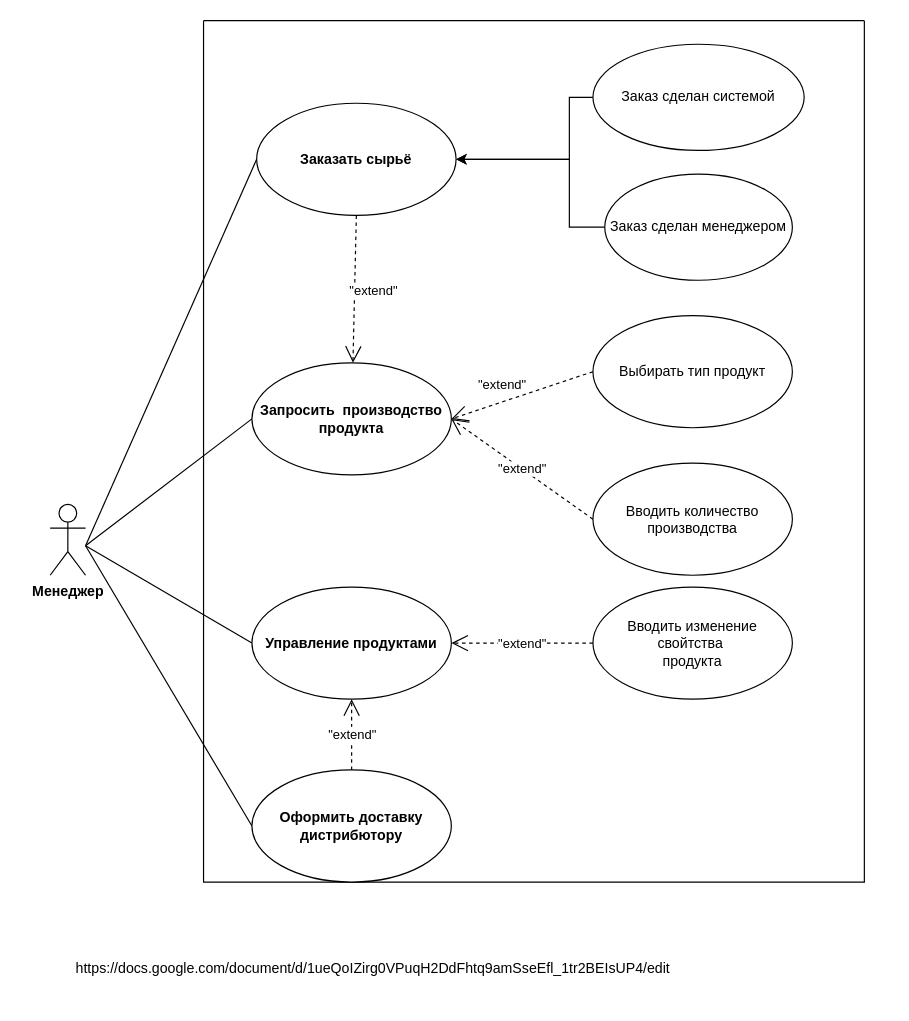
Earlier version of the draw.io diagram page "Page-1" (1 of 3) of UML/VariantUsage.drawio (zavaranak/932102.Dang). Source tidied: cells renumbered, new cells numbered last; positions are measured from the earlier drawing's top-left corner, leaving out a move shared by most shapes. Both pictures are drawn from the tidied source at 118%, with x=0, y=0 at pixel (50, 20).
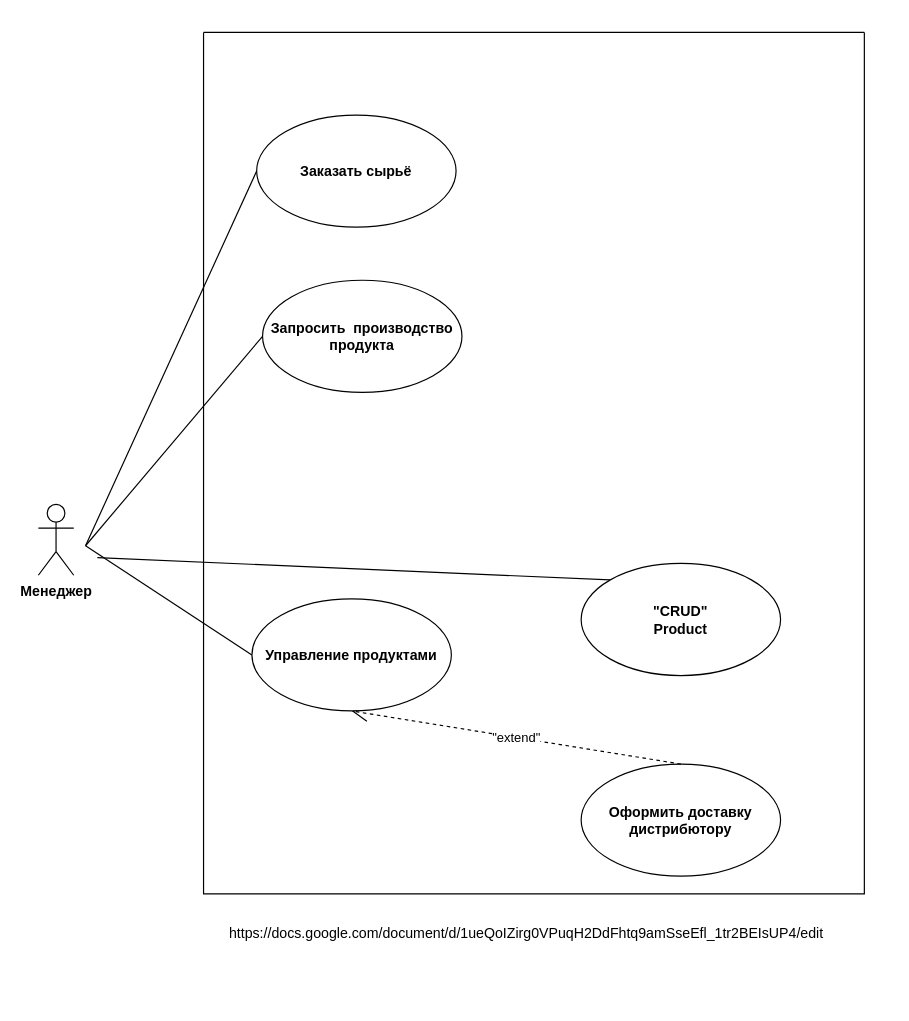
The same diagram, later.

Unchanged cells that the change refers to:
```xml
<mxCell id="12" value="&lt;b&gt;Заказать сырьё&lt;/b&gt;" style="ellipse;whiteSpace=wrap;html=1;" parent="6" vertex="1">
  <mxGeometry x="45" y="70" width="169" height="95" as="geometry" />
</mxCell>
```

Diff of the diagram source:
```diff
@@
+    <mxCell id="25" style="endArrow=none;html=1;rounded=0;exitX=0.5;exitY=0.5;exitDx=0;exitDy=0;exitPerimeter=0;entryX=0;entryY=0;entryDx=0;entryDy=0;" parent="1" edge="1" target="26">
+      <mxGeometry relative="1" as="geometry">
+        <mxPoint x="40" y="455" as="sourcePoint" />
+      </mxGeometry>
+    </mxCell>
     <mxCell id="2" value="Менеджер" style="shape=umlActor;verticalLabelPosition=bottom;verticalAlign=top;html=1;fontStyle=1;" parent="1" vertex="1">
-      <mxGeometry y="410" width="30" height="60" as="geometry" />
+      <mxGeometry x="-10" y="410" width="30" height="60" as="geometry" />
     </mxCell>
@@
-    <mxCell id="5" style="endArrow=none;html=1;rounded=0;exitX=0.5;exitY=0.5;exitDx=0;exitDy=0;exitPerimeter=0;entryX=0;entryY=0.5;entryDx=0;entryDy=0;" parent="1" edge="1" target="19">
-      <mxGeometry relative="1" as="geometry">
-        <mxPoint x="30" y="445" as="sourcePoint" />
-      </mxGeometry>
-    </mxCell>
     <mxCell id="6" style="swimlane;startSize=0;" parent="1" vertex="1">
-      <mxGeometry x="130" width="560" height="730" as="geometry" />
+      <mxGeometry x="130" y="10" width="560" height="730" as="geometry" />
     </mxCell>
-    <mxCell id="7" value="Выбирать тип продукт" style="ellipse;whiteSpace=wrap;html=1;" parent="6" vertex="1">
-      <mxGeometry x="330" y="250" width="169" height="95" as="geometry" />
-    </mxCell>
-    <mxCell id="8" value="Вводить количество&lt;br&gt;производства" style="ellipse;whiteSpace=wrap;html=1;" parent="6" vertex="1">
-      <mxGeometry x="330" y="375" width="169" height="95" as="geometry" />
-    </mxCell>
-    <mxCell id="9" value="Вводить изменение свойтства&amp;nbsp;&lt;br&gt;продукта" style="ellipse;whiteSpace=wrap;html=1;" parent="6" vertex="1">
-      <mxGeometry x="330" y="480" width="169" height="95" as="geometry" />
-    </mxCell>
-    <mxCell id="10" style="edgeStyle=orthogonalEdgeStyle;rounded=0;jettySize=auto;html=1;entryX=1;entryY=0.5;entryDx=0;entryDy=0;" parent="6" edge="1" source="11" target="12">
-      <mxGeometry relative="1" as="geometry">
-        <Array as="points">
-          <mxPoint x="310" y="65" />
-          <mxPoint x="310" y="117" />
-        </Array>
-      </mxGeometry>
-    </mxCell>
-    <mxCell id="11" value="Заказ сделан системой" style="ellipse;whiteSpace=wrap;html=1;" parent="6" vertex="1">
-      <mxGeometry x="330" y="20" width="179" height="90" as="geometry" />
-    </mxCell>
@@
     <mxCell id="13" value="&lt;b&gt;Запросить&amp;nbsp; производство продукта&lt;/b&gt;" style="ellipse;whiteSpace=wrap;html=1;" parent="6" vertex="1">
-      <mxGeometry x="41" y="290" width="169" height="95" as="geometry" />
+      <mxGeometry x="50" y="210" width="169" height="95" as="geometry" />
     </mxCell>
-    <mxCell id="14" value="&quot;extend&quot;" style="endArrow=open;endSize=12;dashed=1;html=1;rounded=0;entryX=1;entryY=0.5;entryDx=0;entryDy=0;exitX=0;exitY=0.5;exitDx=0;exitDy=0;" parent="6" edge="1" source="8" target="13">
-      <mxGeometry relative="1" as="geometry" />
-    </mxCell>
-    <mxCell id="15" value="&quot;extend&quot;" style="endArrow=open;endSize=12;dashed=1;html=1;rounded=0;exitX=0.5;exitY=1;exitDx=0;exitDy=0;" parent="6" edge="1" source="12" target="13">
-      <mxGeometry x="0.03" y="16" relative="1" as="geometry" />
-    </mxCell>
-    <mxCell id="16" value="&quot;extend&quot;" style="endArrow=open;endSize=12;dashed=1;html=1;rounded=0;exitX=0;exitY=0.5;exitDx=0;exitDy=0;entryX=1;entryY=0.5;entryDx=0;entryDy=0;" parent="6" edge="1" source="7" target="13">
-      <mxGeometry x="0.21" y="-14" relative="1" as="geometry" />
-    </mxCell>
-    <mxCell id="17" value="&lt;b&gt;Управление продуктами&lt;/b&gt;" style="ellipse;whiteSpace=wrap;html=1;" parent="6" vertex="1">
-      <mxGeometry x="41" y="480" width="169" height="95" as="geometry" />
-    </mxCell>
-    <mxCell id="18" value="&quot;extend&quot;" style="endArrow=open;endSize=12;dashed=1;html=1;rounded=0;entryX=1;entryY=0.5;entryDx=0;entryDy=0;exitX=0;exitY=0.5;exitDx=0;exitDy=0;" parent="6" edge="1" source="9" target="17">
-      <mxGeometry relative="1" as="geometry" />
-    </mxCell>
     <mxCell id="19" value="&lt;b&gt;Оформить доставку&lt;br&gt;дистрибютору&lt;/b&gt;" style="ellipse;whiteSpace=wrap;html=1;" parent="6" vertex="1">
-      <mxGeometry x="41" y="635" width="169" height="95" as="geometry" />
+      <mxGeometry x="320" y="620" width="169" height="95" as="geometry" />
     </mxCell>
@@
-    <mxCell id="21" style="edgeStyle=orthogonalEdgeStyle;rounded=0;jettySize=auto;html=1;entryX=1;entryY=0.5;entryDx=0;entryDy=0;" parent="6" edge="1" source="22" target="12">
-      <mxGeometry relative="1" as="geometry">
-        <Array as="points">
-          <mxPoint x="310" y="175" />
-          <mxPoint x="310" y="117" />
-        </Array>
-      </mxGeometry>
-    </mxCell>
-    <mxCell id="22" value="Заказ сделан менеджером" style="ellipse;whiteSpace=wrap;html=1;" parent="6" vertex="1">
-      <mxGeometry x="340" y="130" width="159" height="90" as="geometry" />
-    </mxCell>
+    <mxCell id="26" value="&lt;b&gt;&quot;CRUD&quot;&lt;br&gt;Product&lt;/b&gt;" style="ellipse;whiteSpace=wrap;html=1;" parent="6" vertex="1">
+      <mxGeometry x="320" y="450" width="169" height="95" as="geometry" />
+    </mxCell>
+    <mxCell id="17" value="&lt;b&gt;Управление продуктами&lt;/b&gt;" style="ellipse;whiteSpace=wrap;html=1;" parent="6" vertex="1">
+      <mxGeometry x="41" y="480" width="169" height="95" as="geometry" />
+    </mxCell>
@@
     <mxCell id="24" value="https://docs.google.com/document/d/1ueQoIZirg0VPuqH2DdFhtq9amSseEfl_1tr2BEIsUP4/edit" style="text;whiteSpace=wrap;" parent="1" vertex="1">
-      <mxGeometry x="20" y="790" width="560" height="40" as="geometry" />
+      <mxGeometry x="150" y="760" width="560" height="40" as="geometry" />
     </mxCell>
```
